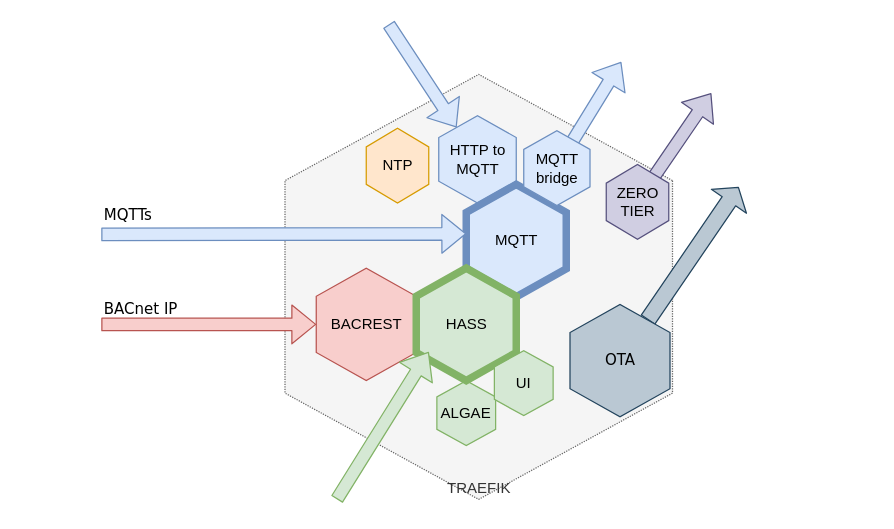
Earlier version of the draw.io diagram cube_internal.drawio (EnigmaAlgorithms/enigmaalgorithms.github.io). Source tidied: cells renumbered, new cells numbered last; positions are measured from the earlier drawing's top-left corner, leaving out a move shared by most shapes. Both pictures are drawn from the tidied source at 125%, with x=0, y=0 at pixel (101, 24).
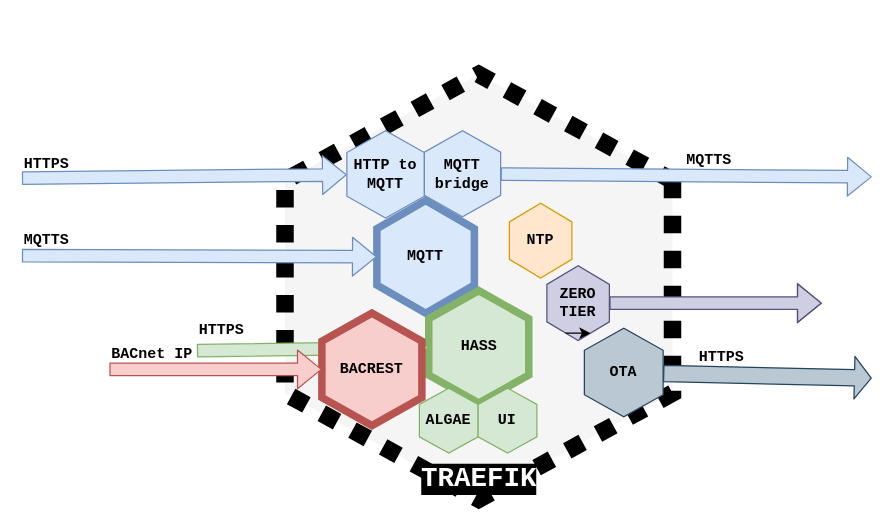
Above is the later version.

The edit, as a diff of the source:
```diff
@@
-<mxGraphModel>
+<mxGraphModel background="#ffffff">
@@
-    <mxCell id="2" value="TRAEFIK" style="shape=hexagon;perimeter=hexagonPerimeter2;whiteSpace=wrap;html=1;direction=south;fillColor=#f5f5f5;strokeColor=#666666;fontColor=#333333;dashed=1;dashPattern=1 1;verticalAlign=bottom;" parent="1" vertex="1">
+    <mxCell id="2" value="&lt;font style=&quot;font-size: 22px&quot; color=&quot;#FFFFFF&quot;&gt;&lt;span style=&quot;background-color: rgb(0 , 0 , 0)&quot;&gt;TRAEFIK&lt;/span&gt;&lt;/font&gt;" style="shape=hexagon;perimeter=hexagonPerimeter2;whiteSpace=wrap;html=1;direction=south;dashed=1;dashPattern=1 1;verticalAlign=bottom;fillColor=#f5f5f5;strokeColor=#000000;fontColor=#000000;strokeWidth=14;fontFamily=Courier New;fontStyle=1;" parent="1" vertex="1">
       <mxGeometry x="146.5" y="40" width="310" height="340" as="geometry" />
     </mxCell>
-    <mxCell id="3" value="HTTP to MQTT" style="shape=hexagon;perimeter=hexagonPerimeter2;whiteSpace=wrap;html=1;direction=south;fillColor=#dae8fc;strokeColor=#6c8ebf;" parent="1" vertex="1">
-      <mxGeometry x="269.5" y="73" width="62" height="70" as="geometry" />
+    <mxCell id="3" value="HTTP to MQTT" style="shape=hexagon;perimeter=hexagonPerimeter2;whiteSpace=wrap;html=1;direction=south;fillColor=#dae8fc;strokeColor=#6c8ebf;fontFamily=Courier New;fontStyle=1;fontColor=#000000;" parent="1" vertex="1">
+      <mxGeometry x="196" y="85" width="62" height="70" as="geometry" />
     </mxCell>
-    <mxCell id="4" value="NTP" style="shape=hexagon;perimeter=hexagonPerimeter2;whiteSpace=wrap;html=1;direction=south;fillColor=#ffe6cc;strokeColor=#d79b00;" parent="1" vertex="1">
-      <mxGeometry x="211.5" y="83" width="50" height="60" as="geometry" />
+    <mxCell id="4" value="NTP" style="shape=hexagon;perimeter=hexagonPerimeter2;whiteSpace=wrap;html=1;direction=south;fillColor=#ffe6cc;strokeColor=#d79b00;fontFamily=Courier New;fontStyle=1;fontColor=#000000;" parent="1" vertex="1">
+      <mxGeometry x="326" y="143" width="50" height="60" as="geometry" />
     </mxCell>
-    <mxCell id="5" value="BACREST" style="shape=hexagon;perimeter=hexagonPerimeter2;whiteSpace=wrap;html=1;direction=south;fillColor=#f8cecc;strokeColor=#b85450;" parent="1" vertex="1">
-      <mxGeometry x="171.5" y="195" width="80" height="90" as="geometry" />
-    </mxCell>
-    <mxCell id="6" value="ALGAE" style="shape=hexagon;perimeter=hexagonPerimeter2;whiteSpace=wrap;html=1;direction=south;fillColor=#d5e8d4;strokeColor=#82b366;" parent="1" vertex="1">
-      <mxGeometry x="268" y="285" width="47" height="52" as="geometry" />
-    </mxCell>
-    <mxCell id="7" value="MQTT" style="shape=hexagon;perimeter=hexagonPerimeter2;whiteSpace=wrap;html=1;direction=south;fillColor=#dae8fc;strokeColor=#6c8ebf;strokeWidth=6;" parent="1" vertex="1">
-      <mxGeometry x="291.5" y="128" width="80" height="90" as="geometry" />
-    </mxCell>
-    <mxCell id="8" value="HASS" style="shape=hexagon;perimeter=hexagonPerimeter2;whiteSpace=wrap;html=1;direction=south;fillColor=#d5e8d4;strokeColor=#82b366;strokeWidth=6;" parent="1" vertex="1">
-      <mxGeometry x="251.5" y="195" width="80" height="90" as="geometry" />
-    </mxCell>
-    <mxCell id="9" style="shape=flexArrow;endArrow=classic;html=1;fillColor=#d0cee2;strokeColor=#56517e;" parent="1" edge="1">
-      <mxGeometry relative="1" as="geometry">
-        <mxPoint x="437.5" y="128" as="sourcePoint" />
-        <mxPoint x="487.5" y="55" as="targetPoint" />
-      </mxGeometry>
-    </mxCell>
-    <mxCell id="10" style="shape=flexArrow;endArrow=classic;html=1;fillColor=#bac8d3;strokeColor=#23445d;width=13;endSize=4.15;" parent="1" edge="1" source="14">
+    <mxCell id="10" style="shape=flexArrow;endArrow=classic;html=1;fillColor=#bac8d3;strokeColor=#23445d;width=13;endSize=4.15;fontFamily=Courier New;fontStyle=1;fontColor=#000000;" parent="1" edge="1" source="14">
       <mxGeometry relative="1" as="geometry">
-        <mxPoint x="509.5" y="130" as="targetPoint" />
+        <mxPoint x="616" y="283" as="targetPoint" />
       </mxGeometry>
     </mxCell>
-    <mxCell id="11" style="shape=flexArrow;endArrow=classic;html=1;fillColor=#dae8fc;strokeColor=#6c8ebf;" parent="1" edge="1">
+    <mxCell id="11" style="shape=flexArrow;endArrow=classic;html=1;fillColor=#dae8fc;strokeColor=#6c8ebf;fontFamily=Courier New;fontStyle=1;fontColor=#000000;" parent="1" edge="1" source="12">
       <mxGeometry relative="1" as="geometry">
-        <mxPoint x="372.5" y="100" as="sourcePoint" />
-        <mxPoint x="415.5" y="30" as="targetPoint" />
+        <mxPoint x="616" y="122" as="targetPoint" />
       </mxGeometry>
     </mxCell>
-    <mxCell id="12" value="&lt;div&gt;MQTT&lt;/div&gt;&lt;div&gt;bridge&lt;br&gt;&lt;/div&gt;" style="shape=hexagon;perimeter=hexagonPerimeter2;whiteSpace=wrap;html=1;direction=south;fillColor=#dae8fc;strokeColor=#6c8ebf;" parent="1" vertex="1">
-      <mxGeometry x="337.5" y="85" width="53" height="60" as="geometry" />
+    <mxCell id="12" value="&lt;div&gt;MQTT&lt;/div&gt;&lt;div&gt;bridge&lt;br&gt;&lt;/div&gt;" style="shape=hexagon;perimeter=hexagonPerimeter2;whiteSpace=wrap;html=1;direction=south;fillColor=#dae8fc;strokeColor=#6c8ebf;fontFamily=Courier New;fontStyle=1;fontColor=#000000;" parent="1" vertex="1">
+      <mxGeometry x="258" y="85" width="61" height="69" as="geometry" />
     </mxCell>
-    <mxCell id="13" value="&lt;div&gt;ZERO&lt;/div&gt;&lt;div&gt;TIER&lt;/div&gt;" style="shape=hexagon;perimeter=hexagonPerimeter2;whiteSpace=wrap;html=1;direction=south;fillColor=#d0cee2;strokeColor=#56517e;" parent="1" vertex="1">
-      <mxGeometry x="403.5" y="112" width="50" height="60" as="geometry" />
-    </mxCell>
-    <mxCell id="14" value="OTA" style="shape=hexagon;perimeter=hexagonPerimeter2;whiteSpace=wrap;html=1;direction=south;fillColor=#bac8d3;strokeColor=#23445d;fontFamily=Verdana;" parent="1" vertex="1">
-      <mxGeometry x="374.5" y="224" width="80" height="90" as="geometry" />
+    <mxCell id="14" value="OTA" style="shape=hexagon;perimeter=hexagonPerimeter2;whiteSpace=wrap;html=1;direction=south;fillColor=#bac8d3;strokeColor=#23445d;fontFamily=Courier New;fontStyle=1;fontColor=#000000;" parent="1" vertex="1">
+      <mxGeometry x="386" y="243" width="63" height="71" as="geometry" />
     </mxCell>
-    <mxCell id="15" style="shape=flexArrow;endArrow=classic;html=1;fillColor=#dae8fc;strokeColor=#6c8ebf;" parent="1" edge="1" target="3">
+    <mxCell id="15" style="shape=flexArrow;endArrow=classic;html=1;fillColor=#dae8fc;strokeColor=#6c8ebf;fontFamily=Courier New;fontStyle=1;fontColor=#000000;" parent="1" edge="1" target="3">
       <mxGeometry relative="1" as="geometry">
-        <mxPoint x="229.5" as="sourcePoint" />
+        <mxPoint x="-64" y="123" as="sourcePoint" />
       </mxGeometry>
     </mxCell>
+    <mxCell id="22" style="group;" parent="1" vertex="1">
+      <mxGeometry x="-64" y="141" width="362" height="90" as="geometry" />
+    </mxCell>
+    <mxCell id="7" value="MQTT" style="shape=hexagon;perimeter=hexagonPerimeter2;whiteSpace=wrap;html=1;direction=south;fillColor=#dae8fc;strokeColor=#6c8ebf;strokeWidth=6;fontFamily=Courier New;fontStyle=1;fontColor=#000000;" parent="22" vertex="1">
+      <mxGeometry x="284" width="78" height="90" as="geometry" />
+    </mxCell>
+    <mxCell id="17" style="shape=flexArrow;endArrow=classic;html=1;fillColor=#dae8fc;strokeColor=#6c8ebf;fontFamily=Courier New;fontStyle=1;fontColor=#000000;" parent="22" edge="1" target="7">
+      <mxGeometry relative="1" as="geometry">
+        <mxPoint y="44" as="sourcePoint" />
+      </mxGeometry>
+    </mxCell>
+    <mxCell id="20" value="MQTTS" style="text;html=1;align=left;verticalAlign=top;spacingTop=-4;fontFamily=Courier New;fontStyle=1;fontColor=#000000;" parent="22" vertex="1">
+      <mxGeometry x="-0.2" y="22" width="50" height="20" as="geometry" />
+    </mxCell>
+    <mxCell id="23" style="group;" parent="1" vertex="1">
+      <mxGeometry x="356" y="193" width="220" height="60" as="geometry" />
+    </mxCell>
+    <mxCell id="9" style="shape=flexArrow;endArrow=classic;html=1;fillColor=#d0cee2;strokeColor=#56517e;fontFamily=Courier New;fontStyle=1;fontColor=#000000;" parent="23" edge="1" source="13">
+      <mxGeometry relative="1" as="geometry">
+        <mxPoint x="220" y="30" as="targetPoint" />
+        <Array as="points">
+          <mxPoint x="170" y="30" />
+        </Array>
+      </mxGeometry>
+    </mxCell>
+    <mxCell id="13" value="&lt;div&gt;ZERO&lt;/div&gt;&lt;div&gt;TIER&lt;/div&gt;" style="shape=hexagon;perimeter=hexagonPerimeter2;whiteSpace=wrap;html=1;direction=south;fillColor=#d0cee2;strokeColor=#56517e;fontFamily=Courier New;fontStyle=1;fontColor=#000000;" parent="23" vertex="1">
+      <mxGeometry width="50" height="60" as="geometry" />
+    </mxCell>
+    <mxCell id="24" style="edgeStyle=orthogonalEdgeStyle;rounded=0;orthogonalLoop=1;jettySize=auto;html=1;exitX=1;exitY=0.75;exitDx=0;exitDy=0;entryX=1;entryY=0.25;entryDx=0;entryDy=0;fontFamily=Courier New;fontColor=#000000;" parent="23" edge="1" source="13" target="13">
+      <mxGeometry relative="1" as="geometry" />
+    </mxCell>
+    <mxCell id="25" style="group;" parent="1" vertex="1">
+      <mxGeometry x="76" y="213" width="265.5" height="90" as="geometry" />
+    </mxCell>
+    <mxCell id="8" value="HASS" style="shape=hexagon;perimeter=hexagonPerimeter2;whiteSpace=wrap;html=1;direction=south;fillColor=#d5e8d4;strokeColor=#82b366;strokeWidth=6;fontFamily=Courier New;fontStyle=1;fontColor=#000000;" parent="25" vertex="1">
+      <mxGeometry x="185.5" width="80" height="90" as="geometry" />
+    </mxCell>
+    <mxCell id="18" style="shape=flexArrow;endArrow=classic;html=1;fillColor=#d5e8d4;strokeColor=#82b366;fontFamily=Courier New;fontStyle=1;fontColor=#000000;" parent="25" edge="1" target="8">
+      <mxGeometry relative="1" as="geometry">
+        <mxPoint y="48" as="sourcePoint" />
+      </mxGeometry>
+    </mxCell>
+    <mxCell id="26" value="&lt;b&gt;HTTPS&lt;/b&gt;" style="text;html=1;fontFamily=Courier New;fontColor=#000000;" parent="25" vertex="1">
+      <mxGeometry y="18" width="90" height="30" as="geometry" />
+    </mxCell>
+    <mxCell id="27" style="group;" parent="1" vertex="1">
+      <mxGeometry x="254" y="291" width="94" height="52" as="geometry" />
+    </mxCell>
+    <mxCell id="6" value="ALGAE" style="shape=hexagon;perimeter=hexagonPerimeter2;whiteSpace=wrap;html=1;direction=south;fillColor=#d5e8d4;strokeColor=#82b366;fontFamily=Courier New;fontStyle=1;fontColor=#000000;" parent="27" vertex="1">
+      <mxGeometry width="47" height="52" as="geometry" />
+    </mxCell>
+    <mxCell id="21" value="UI" style="shape=hexagon;perimeter=hexagonPerimeter2;whiteSpace=wrap;html=1;direction=south;fillColor=#d5e8d4;strokeColor=#82b366;fontFamily=Courier New;fontStyle=1;fontColor=#000000;" parent="27" vertex="1">
+      <mxGeometry x="47" width="47" height="52" as="geometry" />
+    </mxCell>
+    <mxCell id="5" value="BACREST" style="shape=hexagon;perimeter=hexagonPerimeter2;whiteSpace=wrap;html=1;direction=south;fillColor=#f8cecc;strokeColor=#b85450;fontFamily=Courier New;fontStyle=1;fontColor=#000000;strokeWidth=6;" parent="1" vertex="1">
+      <mxGeometry x="176" y="231" width="80" height="90" as="geometry" />
+    </mxCell>
+    <mxCell id="19" value="BACnet IP" style="text;html=1;align=left;verticalAlign=top;spacingTop=-4;fontFamily=Courier New;fontStyle=1;fontColor=#000000;" parent="1" vertex="1">
+      <mxGeometry x="6" y="254" width="80" height="20" as="geometry" />
+    </mxCell>
-    <mxCell id="16" style="shape=flexArrow;endArrow=classic;html=1;fillColor=#f8cecc;strokeColor=#b85450;" parent="1" edge="1" target="5">
+    <mxCell id="16" style="shape=flexArrow;endArrow=classic;html=1;fillColor=#f8cecc;strokeColor=#b85450;fontFamily=Courier New;fontStyle=1;fontColor=#000000;" parent="1" edge="1" target="5">
       <mxGeometry relative="1" as="geometry">
-        <mxPoint x="-0.5" y="240" as="sourcePoint" />
+        <mxPoint x="6" y="276" as="sourcePoint" />
       </mxGeometry>
     </mxCell>
-    <mxCell id="17" style="shape=flexArrow;endArrow=classic;html=1;fillColor=#dae8fc;strokeColor=#6c8ebf;" parent="1" edge="1">
-      <mxGeometry relative="1" as="geometry">
-        <mxPoint x="-0.5" y="168" as="sourcePoint" />
-        <mxPoint x="291.5" y="167.5" as="targetPoint" />
-      </mxGeometry>
-    </mxCell>
-    <mxCell id="18" style="shape=flexArrow;endArrow=classic;html=1;fillColor=#d5e8d4;strokeColor=#82b366;" parent="1" edge="1">
-      <mxGeometry relative="1" as="geometry">
-        <mxPoint x="188" y="380" as="sourcePoint" />
-        <mxPoint x="261.5" y="262" as="targetPoint" />
-      </mxGeometry>
-    </mxCell>
-    <mxCell id="19" value="BACnet IP" style="text;html=1;align=left;verticalAlign=top;spacingTop=-4;fontFamily=Verdana;" parent="1" vertex="1">
-      <mxGeometry x="-0.5" y="218" width="80" height="20" as="geometry" />
-    </mxCell>
-    <mxCell id="20" value="MQTTs" style="text;html=1;align=left;verticalAlign=top;spacingTop=-4;fontFamily=Verdana;" parent="1" vertex="1">
-      <mxGeometry x="-0.5" y="143" width="60" height="20" as="geometry" />
-    </mxCell>
-    <mxCell id="21" value="UI" style="shape=hexagon;perimeter=hexagonPerimeter2;whiteSpace=wrap;html=1;direction=south;fillColor=#d5e8d4;strokeColor=#82b366;" parent="1" vertex="1">
-      <mxGeometry x="314" y="261" width="47" height="52" as="geometry" />
-    </mxCell>
+    <mxCell id="28" value="&lt;b&gt;HTTPS&lt;/b&gt;" style="text;html=1;fontFamily=Courier New;fontColor=#000000;" parent="1" vertex="1">
+      <mxGeometry x="-64" y="98" width="90" height="30" as="geometry" />
+    </mxCell>
+    <mxCell id="29" value="&lt;b&gt;HTTPS&lt;/b&gt;" style="text;html=1;fontFamily=Courier New;fontColor=#000000;" parent="1" vertex="1">
+      <mxGeometry x="476" y="253" width="90" height="30" as="geometry" />
+    </mxCell>
+    <mxCell id="30" value="&lt;b&gt;MQTTS&lt;/b&gt;" style="text;html=1;fontFamily=Courier New;fontColor=#000000;" parent="1" vertex="1">
+      <mxGeometry x="466" y="95" width="60" height="30" as="geometry" />
+    </mxCell>
```
